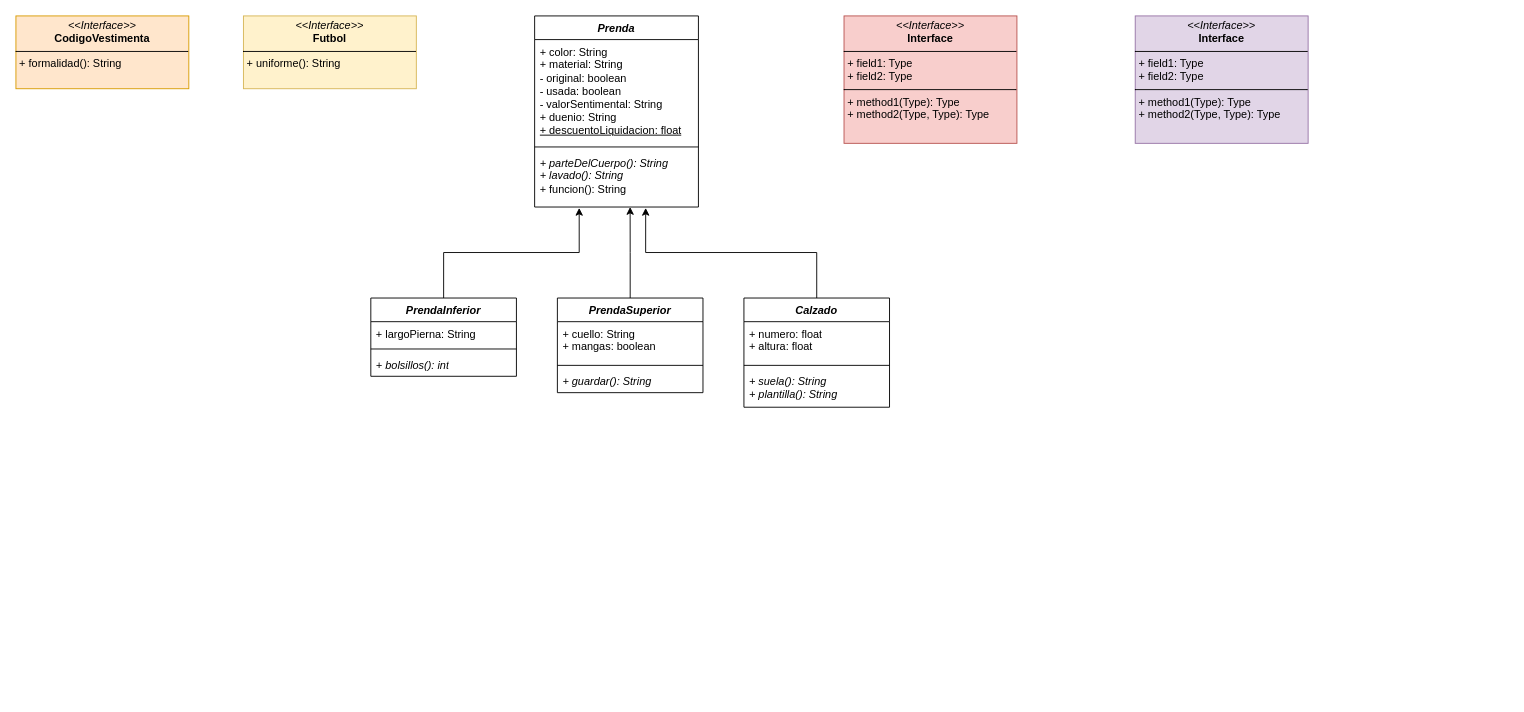
Above: Examen-2do-Parcial.drawio in xmr-p/DatabaseCharts (draw.io), before the change. Source tidied: cells renumbered, new cells numbered last; positions are measured from the earlier drawing's top-left corner, leaving out a move shared by most shapes. Both pictures are drawn from the tidied source at 91%, with x=0, y=0 at pixel (15, 15).
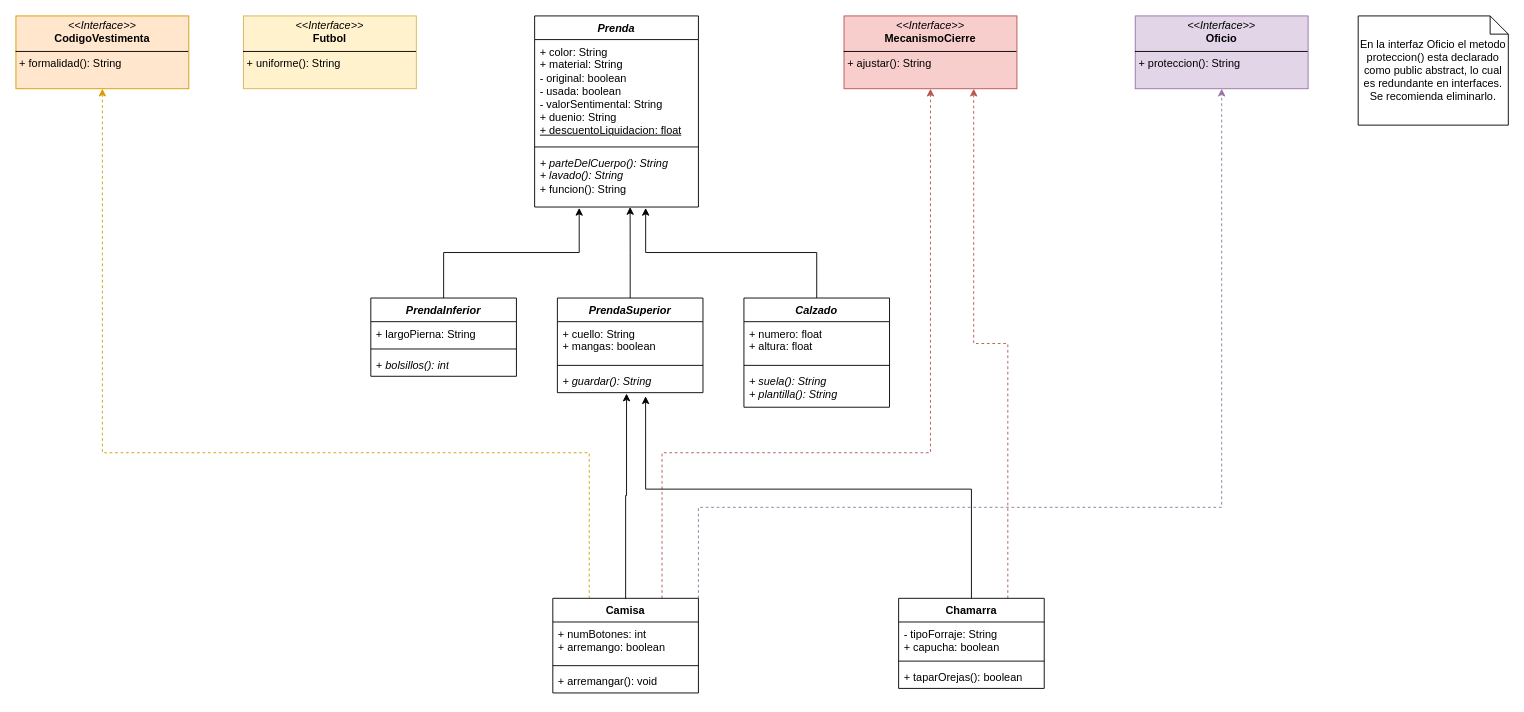
The same page after the edit.

Unchanged cells that the change refers to:
```xml
<mxCell id="13" value="&lt;i&gt;+ guardar(): String&lt;/i&gt;" style="text;strokeColor=none;fillColor=none;align=left;verticalAlign=top;spacingLeft=4;spacingRight=4;overflow=hidden;points=[[0,0.5],[1,0.5]];portConstraint=eastwest;whiteSpace=wrap;html=1;" parent="10" vertex="1">
  <mxGeometry y="78" width="160" height="26" as="geometry" />
</mxCell>
<mxCell id="21" value="&lt;p style=&quot;margin:0px;margin-top:4px;text-align:center;&quot;&gt;&lt;i&gt;&amp;lt;&amp;lt;Interface&amp;gt;&amp;gt;&lt;/i&gt;&lt;br&gt;&lt;b&gt;CodigoVestimenta&lt;/b&gt;&lt;/p&gt;&lt;hr size=&quot;1&quot; style=&quot;border-style:solid;&quot;&gt;&lt;p style=&quot;margin:0px;margin-left:4px;&quot;&gt;+ formalidad(): String&lt;br&gt;&lt;/p&gt;" style="verticalAlign=top;align=left;overflow=fill;html=1;whiteSpace=wrap;fillColor=#ffe6cc;strokeColor=#d79b00;" parent="1" vertex="1">
  <mxGeometry width="190" height="80" as="geometry" />
</mxCell>
```

Change to the diagram source:
```diff
@@
-    <mxCell id="23" value="&lt;p style=&quot;margin:0px;margin-top:4px;text-align:center;&quot;&gt;&lt;i&gt;&amp;lt;&amp;lt;Interface&amp;gt;&amp;gt;&lt;/i&gt;&lt;br/&gt;&lt;b&gt;Interface&lt;/b&gt;&lt;/p&gt;&lt;hr size=&quot;1&quot; style=&quot;border-style:solid;&quot;/&gt;&lt;p style=&quot;margin:0px;margin-left:4px;&quot;&gt;+ field1: Type&lt;br/&gt;+ field2: Type&lt;/p&gt;&lt;hr size=&quot;1&quot; style=&quot;border-style:solid;&quot;/&gt;&lt;p style=&quot;margin:0px;margin-left:4px;&quot;&gt;+ method1(Type): Type&lt;br/&gt;+ method2(Type, Type): Type&lt;/p&gt;" style="verticalAlign=top;align=left;overflow=fill;html=1;whiteSpace=wrap;fillColor=#f8cecc;strokeColor=#b85450;" parent="1" vertex="1">
-      <mxGeometry x="910" width="190" height="140" as="geometry" />
+    <mxCell id="23" value="&lt;p style=&quot;margin:0px;margin-top:4px;text-align:center;&quot;&gt;&lt;i&gt;&amp;lt;&amp;lt;Interface&amp;gt;&amp;gt;&lt;/i&gt;&lt;br&gt;&lt;b&gt;MecanismoCierre&lt;/b&gt;&lt;/p&gt;&lt;hr size=&quot;1&quot; style=&quot;border-style:solid;&quot;&gt;&lt;p style=&quot;margin:0px;margin-left:4px;&quot;&gt;&lt;span style=&quot;background-color: initial;&quot;&gt;+ ajustar(): String&lt;/span&gt;&lt;/p&gt;" style="verticalAlign=top;align=left;overflow=fill;html=1;whiteSpace=wrap;fillColor=#f8cecc;strokeColor=#b85450;" parent="1" vertex="1">
+      <mxGeometry x="910" width="190" height="80" as="geometry" />
     </mxCell>
-    <mxCell id="24" value="&lt;p style=&quot;margin:0px;margin-top:4px;text-align:center;&quot;&gt;&lt;i&gt;&amp;lt;&amp;lt;Interface&amp;gt;&amp;gt;&lt;/i&gt;&lt;br/&gt;&lt;b&gt;Interface&lt;/b&gt;&lt;/p&gt;&lt;hr size=&quot;1&quot; style=&quot;border-style:solid;&quot;/&gt;&lt;p style=&quot;margin:0px;margin-left:4px;&quot;&gt;+ field1: Type&lt;br/&gt;+ field2: Type&lt;/p&gt;&lt;hr size=&quot;1&quot; style=&quot;border-style:solid;&quot;/&gt;&lt;p style=&quot;margin:0px;margin-left:4px;&quot;&gt;+ method1(Type): Type&lt;br/&gt;+ method2(Type, Type): Type&lt;/p&gt;" style="verticalAlign=top;align=left;overflow=fill;html=1;whiteSpace=wrap;fillColor=#e1d5e7;strokeColor=#9673a6;" parent="1" vertex="1">
-      <mxGeometry x="1230" width="190" height="140" as="geometry" />
+    <mxCell id="24" value="&lt;p style=&quot;margin:0px;margin-top:4px;text-align:center;&quot;&gt;&lt;i&gt;&amp;lt;&amp;lt;Interface&amp;gt;&amp;gt;&lt;/i&gt;&lt;br&gt;&lt;b&gt;Oficio&lt;/b&gt;&lt;/p&gt;&lt;hr size=&quot;1&quot; style=&quot;border-style:solid;&quot;&gt;&lt;p style=&quot;margin:0px;margin-left:4px;&quot;&gt;+ proteccion(): String&lt;br&gt;&lt;/p&gt;" style="verticalAlign=top;align=left;overflow=fill;html=1;whiteSpace=wrap;fillColor=#e1d5e7;strokeColor=#9673a6;" parent="1" vertex="1">
+      <mxGeometry x="1230" width="190" height="80" as="geometry" />
     </mxCell>
+    <mxCell id="25" style="edgeStyle=orthogonalEdgeStyle;rounded=0;jettySize=auto;html=1;exitX=0.25;exitY=0;exitDx=0;exitDy=0;entryX=0.5;entryY=1;entryDx=0;entryDy=0;dashed=1;fillColor=#ffe6cc;strokeColor=#d79b00;" parent="1" edge="1" source="28" target="21">
+      <mxGeometry relative="1" as="geometry">
+        <Array as="points">
+          <mxPoint x="630" y="480" />
+          <mxPoint x="95" y="480" />
+        </Array>
+      </mxGeometry>
+    </mxCell>
+    <mxCell id="26" style="edgeStyle=orthogonalEdgeStyle;rounded=0;jettySize=auto;html=1;exitX=0.75;exitY=0;exitDx=0;exitDy=0;entryX=0.5;entryY=1;entryDx=0;entryDy=0;dashed=1;fillColor=#f8cecc;strokeColor=#b85450;" parent="1" edge="1" source="28" target="23">
+      <mxGeometry relative="1" as="geometry">
+        <Array as="points">
+          <mxPoint x="710" y="480" />
+          <mxPoint x="1005" y="480" />
+        </Array>
+      </mxGeometry>
+    </mxCell>
+    <mxCell id="27" style="edgeStyle=orthogonalEdgeStyle;rounded=0;jettySize=auto;html=1;exitX=1;exitY=0;exitDx=0;exitDy=0;entryX=0.5;entryY=1;entryDx=0;entryDy=0;dashed=1;fillColor=#e1d5e7;strokeColor=#9673a6;" parent="1" edge="1" source="28" target="24">
+      <mxGeometry relative="1" as="geometry">
+        <Array as="points">
+          <mxPoint x="750" y="540" />
+          <mxPoint x="1325" y="540" />
+        </Array>
+      </mxGeometry>
+    </mxCell>
+    <mxCell id="28" value="Camisa" style="swimlane;fontStyle=1;align=center;verticalAlign=top;horizontal=1;startSize=26;whiteSpace=wrap;html=1;" parent="1" vertex="1">
+      <mxGeometry x="590" y="640" width="160" height="104" as="geometry" />
+    </mxCell>
+    <mxCell id="29" value="+ numBotones: int&lt;div&gt;+ arremango: boolean&lt;/div&gt;" style="text;strokeColor=none;fillColor=none;align=left;verticalAlign=top;spacingLeft=4;spacingRight=4;overflow=hidden;whiteSpace=wrap;html=1;" parent="28" vertex="1">
+      <mxGeometry y="26" width="160" height="44" as="geometry" />
+    </mxCell>
+    <mxCell id="30" style="line;strokeWidth=1;fillColor=none;align=left;verticalAlign=middle;spacingTop=-1;spacingLeft=3;spacingRight=3;labelPosition=right;strokeColor=inherit;" parent="28" vertex="1">
+      <mxGeometry y="70" width="160" height="8" as="geometry" />
+    </mxCell>
+    <mxCell id="31" value="+ arremangar(): void" style="text;strokeColor=none;fillColor=none;align=left;verticalAlign=top;spacingLeft=4;spacingRight=4;overflow=hidden;whiteSpace=wrap;html=1;" parent="28" vertex="1">
+      <mxGeometry y="78" width="160" height="26" as="geometry" />
+    </mxCell>
+    <mxCell id="32" style="edgeStyle=orthogonalEdgeStyle;rounded=0;jettySize=auto;html=1;exitX=0.5;exitY=0;exitDx=0;exitDy=0;entryX=0.475;entryY=1.038;entryDx=0;entryDy=0;entryPerimeter=0;" parent="1" edge="1" source="28" target="13">
+      <mxGeometry relative="1" as="geometry" />
+    </mxCell>
+    <mxCell id="33" value="En la interfaz Oficio el metodo proteccion() esta declarado como public abstract, lo cual es redundante en interfaces. Se recomienda eliminarlo." style="shape=note;size=20;whiteSpace=wrap;html=1;" parent="1" vertex="1">
+      <mxGeometry x="1475" width="165" height="120" as="geometry" />
+    </mxCell>
+    <mxCell id="34" style="edgeStyle=orthogonalEdgeStyle;rounded=0;jettySize=auto;html=1;exitX=0.75;exitY=0;exitDx=0;exitDy=0;entryX=0.75;entryY=1;entryDx=0;entryDy=0;fillColor=#f8cecc;strokeColor=#b85450;dashed=1;" parent="1" edge="1" source="35" target="23">
+      <mxGeometry relative="1" as="geometry" />
+    </mxCell>
+    <mxCell id="35" value="Chamarra" style="swimlane;fontStyle=1;align=center;verticalAlign=top;horizontal=1;startSize=26;whiteSpace=wrap;html=1;" parent="1" vertex="1">
+      <mxGeometry x="970" y="640" width="160" height="99" as="geometry" />
+    </mxCell>
+    <mxCell id="36" value="- tipoForraje: String&lt;div&gt;+ capucha: boolean&lt;/div&gt;" style="text;strokeColor=none;fillColor=none;align=left;verticalAlign=top;spacingLeft=4;spacingRight=4;overflow=hidden;whiteSpace=wrap;html=1;" parent="35" vertex="1">
+      <mxGeometry y="26" width="160" height="39" as="geometry" />
+    </mxCell>
+    <mxCell id="37" style="line;strokeWidth=1;fillColor=none;align=left;verticalAlign=middle;spacingTop=-1;spacingLeft=3;spacingRight=3;labelPosition=right;strokeColor=inherit;" parent="35" vertex="1">
+      <mxGeometry y="65" width="160" height="8" as="geometry" />
+    </mxCell>
+    <mxCell id="38" value="+ taparOrejas(): boolean" style="text;strokeColor=none;fillColor=none;align=left;verticalAlign=top;spacingLeft=4;spacingRight=4;overflow=hidden;whiteSpace=wrap;html=1;" parent="35" vertex="1">
+      <mxGeometry y="73" width="160" height="26" as="geometry" />
+    </mxCell>
+    <mxCell id="39" style="edgeStyle=orthogonalEdgeStyle;rounded=0;jettySize=auto;html=1;exitX=0.5;exitY=0;exitDx=0;exitDy=0;entryX=0.606;entryY=1.154;entryDx=0;entryDy=0;entryPerimeter=0;" parent="1" edge="1" source="35" target="13">
+      <mxGeometry relative="1" as="geometry">
+        <Array as="points">
+          <mxPoint x="1050" y="520" />
+          <mxPoint x="692" y="520" />
+        </Array>
+      </mxGeometry>
+    </mxCell>
```
